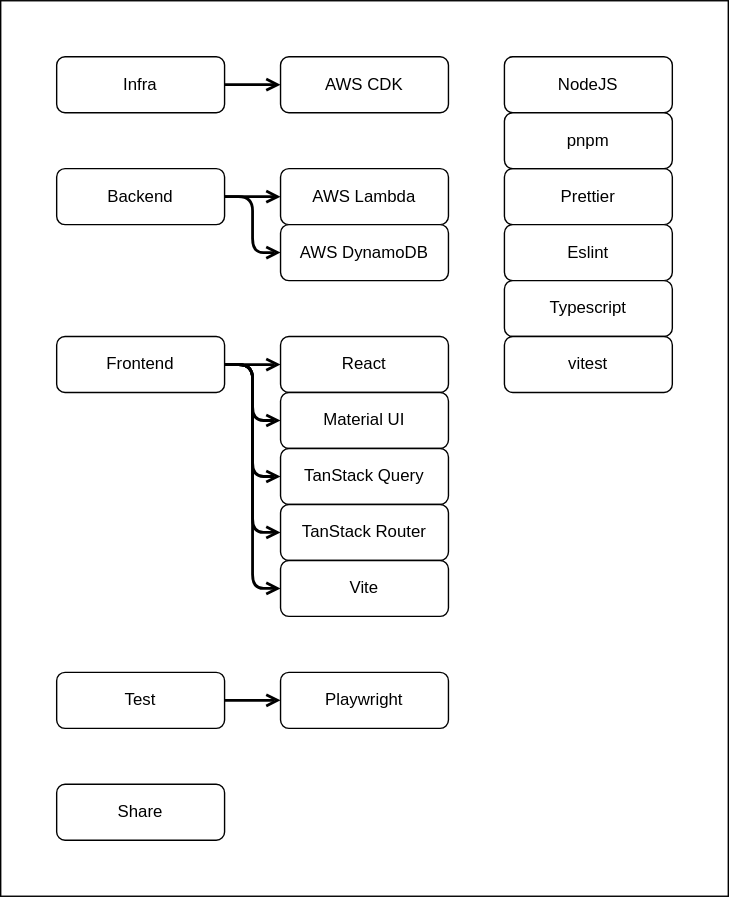
The draw.io diagram stack.drawio.svg in fcostarodrigo/bots, before a commit. Source tidied: cells renumbered, new cells last; positions are measured from the earlier drawing's top-left corner, leaving out a move shared by most shapes.
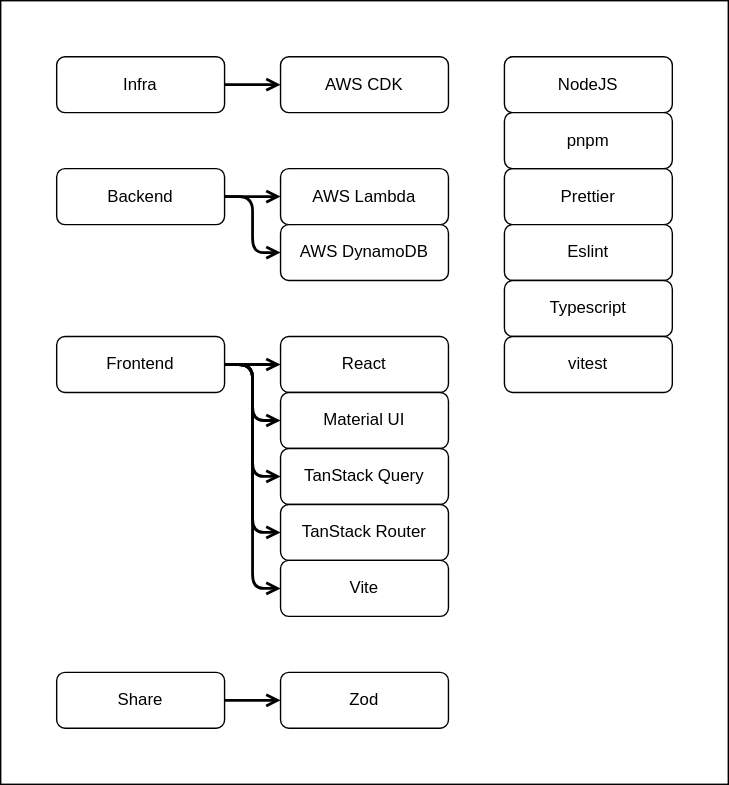
Later version of the same file.

Commit message:
Remove test package from diagram

What changed in the source:
```diff
@@ -3,7 +3,7 @@
     <mxCell id="0" />
     <mxCell id="1" parent="0" />
     <mxCell id="2" style="rounded=0;whiteSpace=wrap;html=1;fontFamily=Helvetica;fontSize=11;fontColor=default;labelBackgroundColor=default;" parent="1" vertex="1">
-      <mxGeometry width="520" height="640" as="geometry" />
+      <mxGeometry width="520" height="560" as="geometry" />
     </mxCell>
     <mxCell id="3" style="edgeStyle=orthogonalEdgeStyle;rounded=0;jettySize=auto;html=1;endArrow=open;endFill=0;strokeWidth=2;" parent="1" edge="1" source="4" target="14">
       <mxGeometry relative="1" as="geometry" />
@@ -50,15 +50,6 @@
     <mxCell id="17" value="React" style="rounded=1;whiteSpace=wrap;html=1;" parent="1" vertex="1">
       <mxGeometry x="200" y="240" width="120" height="40" as="geometry" />
     </mxCell>
-    <mxCell id="18" style="edgeStyle=orthogonalEdgeStyle;rounded=0;jettySize=auto;html=1;strokeColor=default;strokeWidth=2;align=center;verticalAlign=middle;fontFamily=Helvetica;fontSize=11;fontColor=default;labelBackgroundColor=default;endArrow=open;endFill=0;" parent="1" edge="1" source="19" target="20">
-      <mxGeometry relative="1" as="geometry" />
-    </mxCell>
-    <mxCell id="19" value="Test" style="rounded=1;whiteSpace=wrap;html=1;" parent="1" vertex="1">
-      <mxGeometry x="40" y="480" width="120" height="40" as="geometry" />
-    </mxCell>
-    <mxCell id="20" value="Playwright" style="rounded=1;whiteSpace=wrap;html=1;" parent="1" vertex="1">
-      <mxGeometry x="200" y="480" width="120" height="40" as="geometry" />
-    </mxCell>
     <mxCell id="21" value="Material UI" style="rounded=1;whiteSpace=wrap;html=1;" parent="1" vertex="1">
       <mxGeometry x="200" y="280" width="120" height="40" as="geometry" />
     </mxCell>
@@ -89,8 +80,14 @@
     <mxCell id="30" value="Vite" style="rounded=1;whiteSpace=wrap;html=1;" parent="1" vertex="1">
       <mxGeometry x="200" y="400" width="120" height="40" as="geometry" />
     </mxCell>
+    <mxCell id="32" style="edgeStyle=none;html=1;entryX=0;entryY=0.5;entryDx=0;entryDy=0;strokeWidth=2;endArrow=open;endFill=0;" parent="1" edge="1" source="31" target="33">
+      <mxGeometry relative="1" as="geometry" />
+    </mxCell>
     <mxCell id="31" value="Share" style="rounded=1;whiteSpace=wrap;html=1;" parent="1" vertex="1">
-      <mxGeometry x="40" y="560" width="120" height="40" as="geometry" />
+      <mxGeometry x="40" y="480" width="120" height="40" as="geometry" />
     </mxCell>
+    <mxCell id="33" value="Zod" style="rounded=1;whiteSpace=wrap;html=1;" parent="1" vertex="1">
+      <mxGeometry x="200" y="480" width="120" height="40" as="geometry" />
+    </mxCell>
   </root>
 </mxGraphModel>
```
